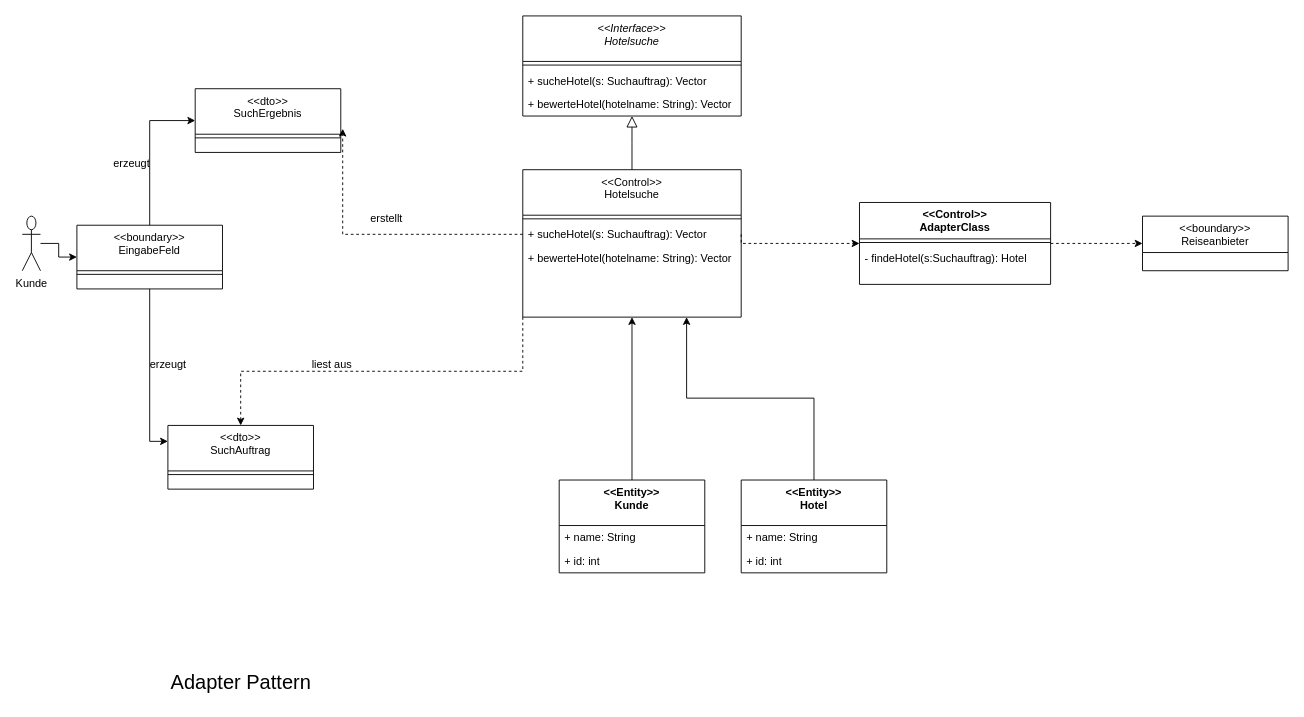
The draw.io diagram 8.2.drawio in dhefel2s/Hbrs, before the edit. Source tidied: cells renumbered, new cells numbered last; positions are measured from the earlier drawing's top-left corner, leaving out a move shared by most shapes. Both pictures are drawn from the tidied source at 91%, with x=0, y=0 at pixel (22, 15).
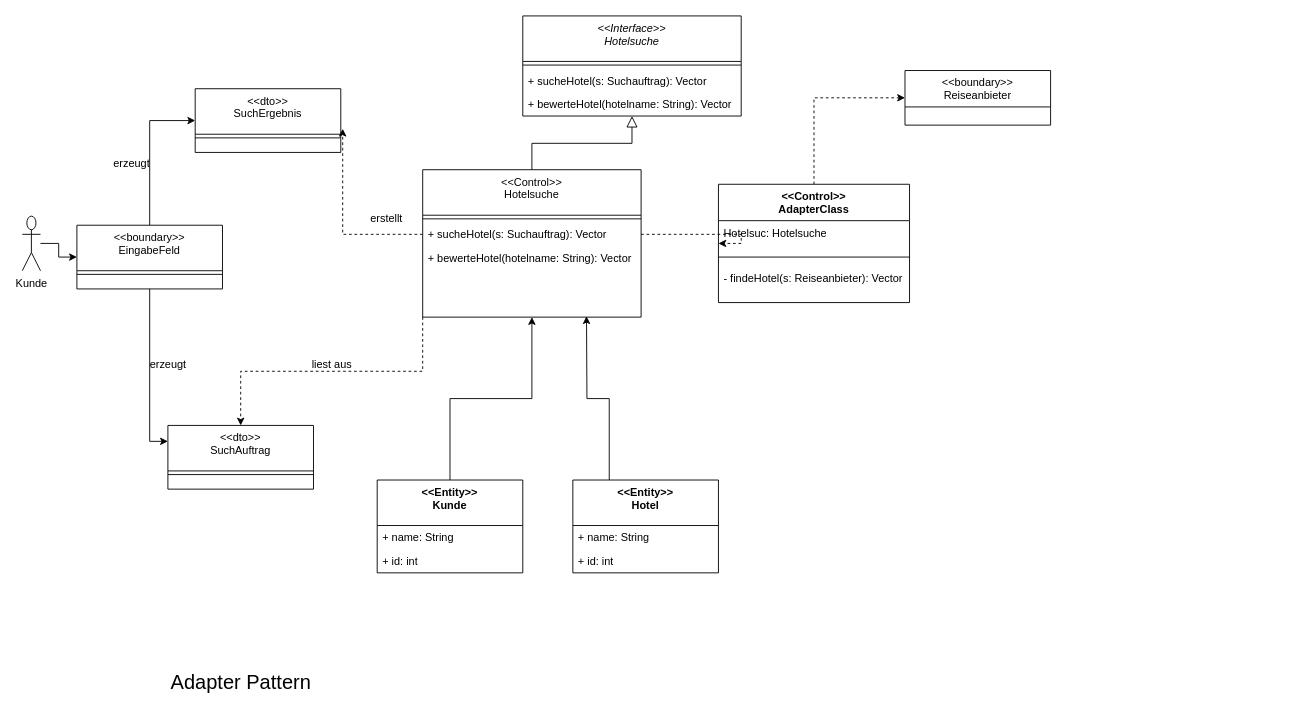
The same diagram, later.

Change to the diagram source:
```diff
@@
     <mxCell id="7" value="&lt;&lt;Control&gt;&gt;&#10;Hotelsuche" style="swimlane;fontStyle=0;align=center;verticalAlign=top;horizontal=1;startSize=50;rounded=0;shadow=0;strokeWidth=1;" parent="1" vertex="1">
-      <mxGeometry x="550" y="169" width="240" height="162" as="geometry" />
+      <mxGeometry x="440" y="169" width="240" height="162" as="geometry" />
     </mxCell>
@@
     <mxCell id="12" value="&lt;&lt;boundary&gt;&gt;&#10;Reiseanbieter" style="swimlane;fontStyle=0;align=center;verticalAlign=top;horizontal=1;startSize=40;rounded=0;shadow=0;strokeWidth=1;" parent="1" vertex="1">
-      <mxGeometry x="1231" y="220" width="160" height="60" as="geometry" />
+      <mxGeometry x="970" y="60" width="160" height="60" as="geometry" />
     </mxCell>
@@
     <mxCell id="29" value="&amp;lt;&amp;lt;Entity&amp;gt;&amp;gt;&lt;br&gt;Kunde" style="swimlane;fontStyle=1;align=center;verticalAlign=top;horizontal=1;startSize=50;whiteSpace=wrap;html=1;" parent="1" vertex="1">
-      <mxGeometry x="590" y="510" width="160" height="102" as="geometry" />
+      <mxGeometry x="390" y="510" width="160" height="102" as="geometry" />
     </mxCell>
@@
-    <mxCell id="32" style="edgeStyle=orthogonalEdgeStyle;rounded=0;jettySize=auto;html=1;" parent="1" edge="1" source="33">
-      <mxGeometry relative="1" as="geometry">
-        <mxPoint x="730" y="331" as="targetPoint" />
-        <Array as="points">
-          <mxPoint x="870" y="420" />
-          <mxPoint x="730" y="420" />
-          <mxPoint x="730" y="331" />
-        </Array>
-      </mxGeometry>
-    </mxCell>
+    <mxCell id="42" style="edgeStyle=orthogonalEdgeStyle;rounded=0;jettySize=auto;html=1;exitX=0.25;exitY=0;exitDx=0;exitDy=0;" parent="1" edge="1" source="33">
+      <mxGeometry relative="1" as="geometry">
+        <mxPoint x="620" y="330" as="targetPoint" />
+      </mxGeometry>
+    </mxCell>
     <mxCell id="33" value="&amp;lt;&amp;lt;Entity&amp;gt;&amp;gt;&lt;br&gt;Hotel" style="swimlane;fontStyle=1;align=center;verticalAlign=top;horizontal=1;startSize=50;whiteSpace=wrap;html=1;" parent="1" vertex="1">
-      <mxGeometry x="790" y="510" width="160" height="102" as="geometry" />
+      <mxGeometry x="605" y="510" width="160" height="102" as="geometry" />
     </mxCell>
@@
     <mxCell id="37" value="&amp;lt;&amp;lt;Control&amp;gt;&amp;gt;&lt;br&gt;AdapterClass" style="swimlane;fontStyle=1;align=center;verticalAlign=top;horizontal=1;startSize=40;whiteSpace=wrap;html=1;" parent="1" vertex="1">
-      <mxGeometry x="920" y="205" width="210" height="90" as="geometry" />
+      <mxGeometry x="765" y="185" width="210" height="130" as="geometry" />
     </mxCell>
+    <mxCell id="43" value="Hotelsuc: Hotelsuche" style="text;strokeColor=none;fillColor=none;align=left;verticalAlign=top;spacingLeft=4;spacingRight=4;overflow=hidden;whiteSpace=wrap;html=1;" parent="37" vertex="1">
+      <mxGeometry y="40" width="210" height="30" as="geometry" />
+    </mxCell>
     <mxCell id="38" style="line;strokeWidth=1;fillColor=none;align=left;verticalAlign=middle;spacingTop=-1;spacingLeft=3;spacingRight=3;labelPosition=right;strokeColor=inherit;" parent="37" vertex="1">
-      <mxGeometry y="40" width="210" height="8" as="geometry" />
+      <mxGeometry y="70" width="210" height="20" as="geometry" />
     </mxCell>
-    <mxCell id="39" value="- findeHotel(s:Suchauftrag): Hotel" style="text;strokeColor=none;fillColor=none;align=left;verticalAlign=top;spacingLeft=4;spacingRight=4;overflow=hidden;whiteSpace=wrap;html=1;" parent="37" vertex="1">
-      <mxGeometry y="48" width="210" height="42" as="geometry" />
+    <mxCell id="39" value="- findeHotel(s: Reiseanbieter): Vector" style="text;strokeColor=none;fillColor=none;align=left;verticalAlign=top;spacingLeft=4;spacingRight=4;overflow=hidden;whiteSpace=wrap;html=1;" parent="37" vertex="1">
+      <mxGeometry y="90" width="210" height="40" as="geometry" />
     </mxCell>
```
